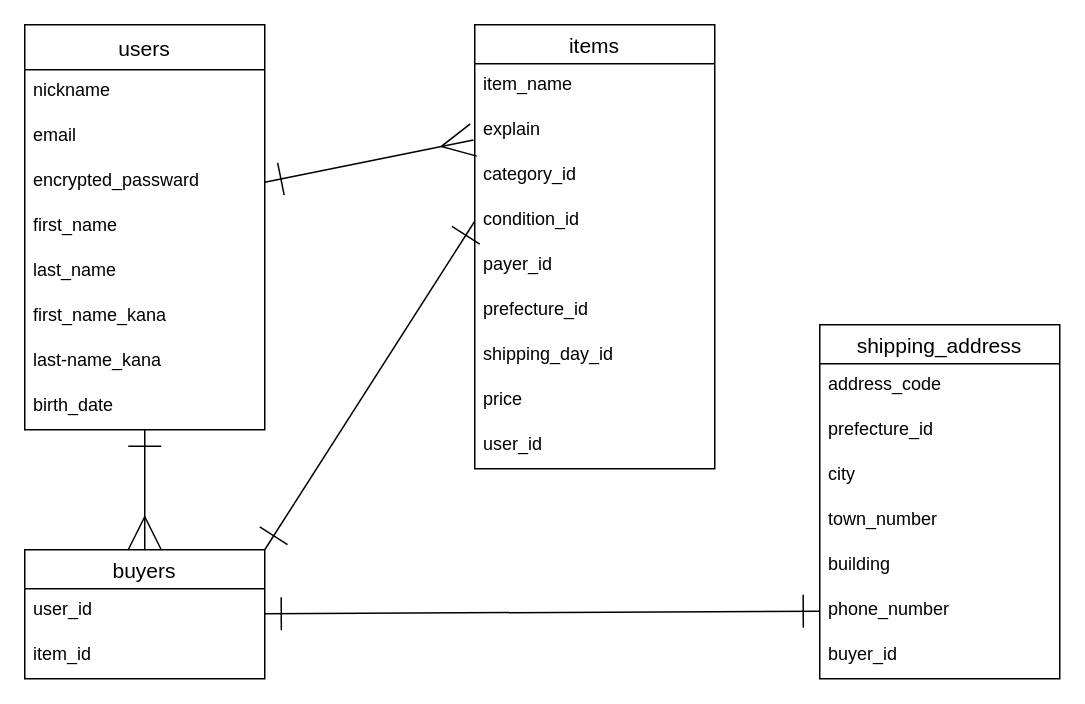
Before: furima.dio in schweiz1snow/furima-36493, a draw.io diagram. Source tidied: cells renumbered, new cells numbered last; positions are measured from the earlier drawing's top-left corner, leaving out a move shared by most shapes. Both pictures are drawn from the tidied source at 150%, with x=0, y=0 at pixel (24, 24).
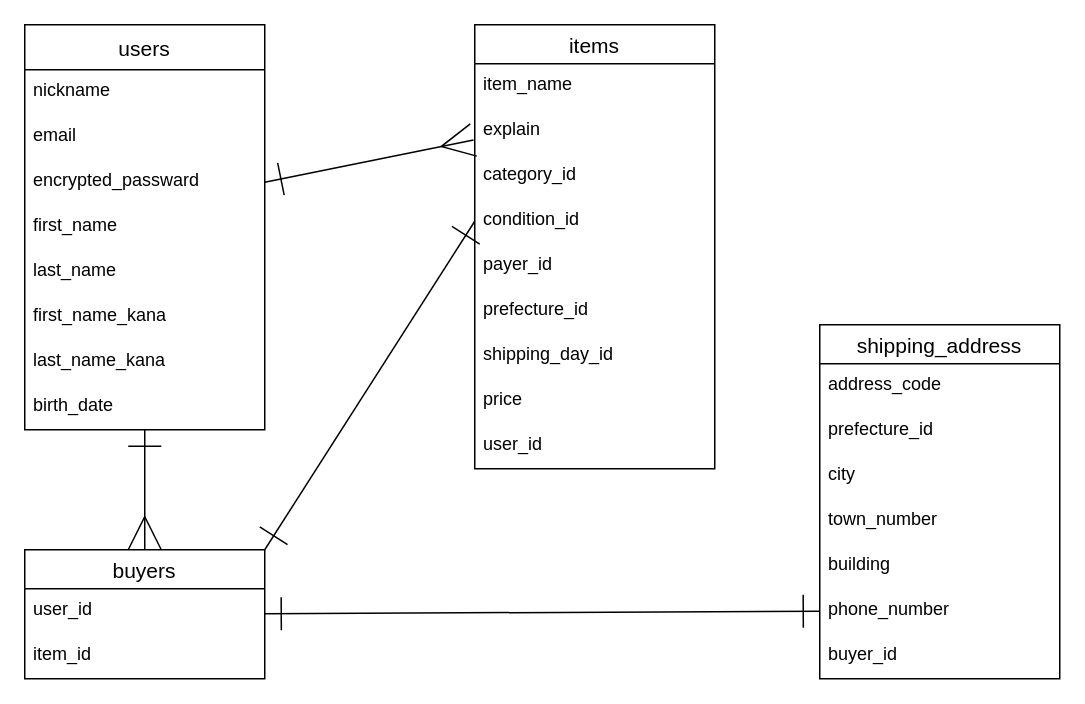
Above is the later version.

Unchanged cells that the change refers to:
```xml
<mxCell id="3" value="users" style="swimlane;fontStyle=0;horizontal=1;startSize=30;align=center;fontSize=14;" parent="1" vertex="1">
  <mxGeometry width="160" height="270" as="geometry" />
</mxCell>
```

Diff of the diagram source:
```diff
@@
-    <mxCell id="10" value="last-name_kana" style="text;strokeColor=none;fillColor=none;spacingLeft=4;spacingRight=4;overflow=hidden;fontSize=12;" parent="3" vertex="1">
+    <mxCell id="10" value="last_name_kana" style="text;strokeColor=none;fillColor=none;spacingLeft=4;spacingRight=4;overflow=hidden;fontSize=12;" parent="3" vertex="1">
       <mxGeometry y="210" width="160" height="30" as="geometry" />
     </mxCell>
```
